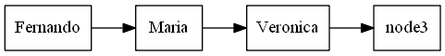
deathstroke021/EDD_1S2019_P1_201503961 keeps this Graphviz diagram as Structures/Circulardoublylinkedlist.png. Above is the earlier version. Its source is kept beside it as Structures/Circulardoublylinkedlist.dot. The source it was exported from:
```dot
digraph firsGraph{
node [shape=record];
rankdir=LR;
node0 [label=" Fernando "  ];
node0 -> node1;
node1 [label=" Maria "  ];
node1 -> node2;
node2 [label=" Veronica "  ];
node2 -> node3;
}
```
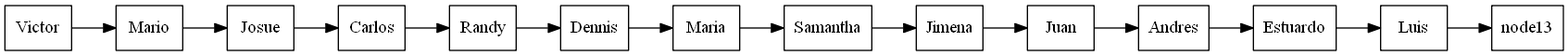
After the commit.

Diff of the diagram source:
```diff
@@ -1,10 +1,30 @@
 digraph firsGraph{
 node [shape=record];
 rankdir=LR;
-node0 [label=" Fernando "  ];
+node0 [label=" Victor "  ];
 node0 -> node1;
-node1 [label=" Maria "  ];
+node1 [label=" Mario "  ];
 node1 -> node2;
-node2 [label=" Veronica "  ];
+node2 [label=" Josue "  ];
 node2 -> node3;
+node3 [label=" Carlos "  ];
+node3 -> node4;
+node4 [label=" Randy "  ];
+node4 -> node5;
+node5 [label=" Dennis "  ];
+node5 -> node6;
+node6 [label=" Maria "  ];
+node6 -> node7;
+node7 [label=" Samantha "  ];
+node7 -> node8;
+node8 [label=" Jimena "  ];
+node8 -> node9;
+node9 [label=" Juan "  ];
+node9 -> node10;
+node10 [label=" Andres "  ];
+node10 -> node11;
+node11 [label=" Estuardo "  ];
+node11 -> node12;
+node12 [label=" Luis "  ];
+node12 -> node13;
 }
```
